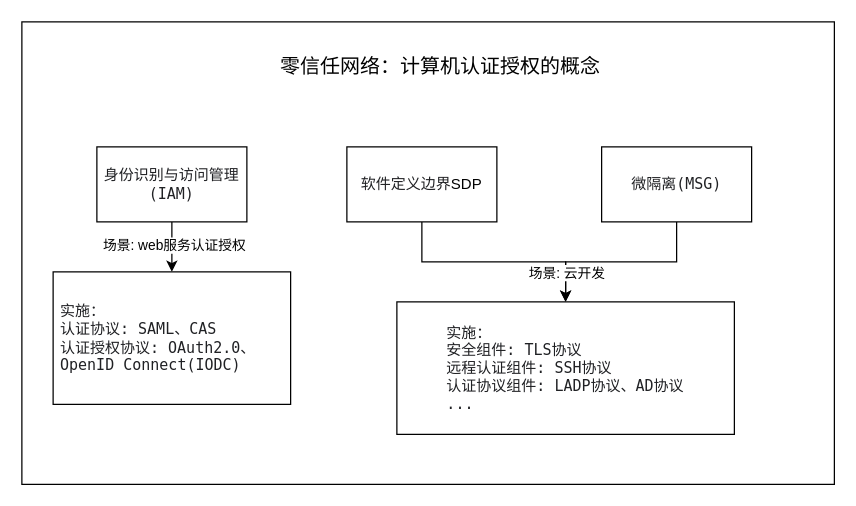
Before: 认证授权.drawio in JYbill/draw, a draw.io diagram. Source tidied: cells renumbered, new cells numbered last; positions are measured from the earlier drawing's top-left corner, leaving out a move shared by most shapes. Both pictures are drawn from the tidied source at 125%, with x=0, y=0 at pixel (21, 21).
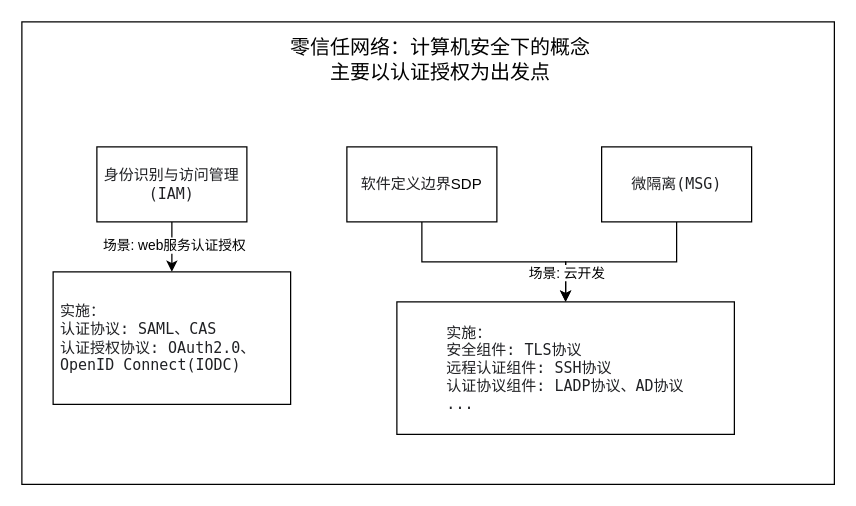
The same page after the edit.

Commit message (it also covers changes not shown here):
更新认证授权.drawio

Diff of the diagram source:
```diff
@@
 <mxGraphModel>
   <root>
     <mxCell id="0" />
     <mxCell id="1" parent="0" />
     <mxCell id="2" style="rounded=0;whiteSpace=wrap;html=1;" parent="1" vertex="1">
       <mxGeometry width="650" height="370" as="geometry" />
     </mxCell>
-    <mxCell id="3" value="&lt;font style=&quot;font-size: 16px;&quot;&gt;零信任网络：计算机认证授权的概念&lt;/font&gt;" style="text;html=1;align=center;verticalAlign=middle;whiteSpace=wrap;rounded=0;" parent="1" vertex="1">
-      <mxGeometry x="206.2" y="20" width="257.5" height="30" as="geometry" />
+    <mxCell id="3" value="&lt;font style=&quot;font-size: 16px;&quot;&gt;零信任网络：计算机安全下的概念&lt;br&gt;主要以认证授权为出发点&lt;/font&gt;" style="text;html=1;align=center;verticalAlign=middle;whiteSpace=wrap;rounded=0;" parent="1" vertex="1">
+      <mxGeometry x="206.2" y="10" width="257.5" height="40" as="geometry" />
     </mxCell>
     <mxCell id="4" style="edgeStyle=orthogonalEdgeStyle;rounded=0;jettySize=auto;html=1;exitX=0.5;exitY=1;exitDx=0;exitDy=0;entryX=0.5;entryY=0;entryDx=0;entryDy=0;" parent="1" edge="1" source="5" target="12">
       <mxGeometry relative="1" as="geometry" />
     </mxCell>
     <mxCell id="5" value="&lt;font style=&quot;font-size: 12px;&quot;&gt;&lt;span style=&quot;caret-color: rgb(32, 33, 36); color: rgb(32, 33, 36); font-family: &amp;quot;JetBrains Mono&amp;quot;, &amp;quot;Fira Code&amp;quot;, &amp;quot;Cascadia Code&amp;quot;, Menlo, &amp;quot;Ubuntu Mono&amp;quot;, Consolas, HYZhengYuan; orphans: 4; text-align: left; white-space-collapse: preserve; background-color: rgb(255, 255, 255);&quot;&gt;软件定义边界&lt;/span&gt;SDP&lt;/font&gt;" style="rounded=0;whiteSpace=wrap;html=1;" parent="1" vertex="1">
       <mxGeometry x="260" y="100" width="120" height="60" as="geometry" />
     </mxCell>
     <mxCell id="6" style="edgeStyle=orthogonalEdgeStyle;rounded=0;jettySize=auto;html=1;exitX=0.5;exitY=1;exitDx=0;exitDy=0;" parent="1" edge="1" source="8" target="13">
       <mxGeometry relative="1" as="geometry" />
     </mxCell>
     <mxCell id="7" value="场景: web服务认证授权" style="edgeLabel;html=1;align=center;verticalAlign=middle;" parent="6" vertex="1">
       <mxGeometry x="-0.1" y="1" relative="1" as="geometry" />
     </mxCell>
     <mxCell id="8" value="&lt;span style=&quot;caret-color: rgb(32, 33, 36); color: rgb(32, 33, 36); font-family: &amp;quot;JetBrains Mono&amp;quot;, &amp;quot;Fira Code&amp;quot;, &amp;quot;Cascadia Code&amp;quot;, Menlo, &amp;quot;Ubuntu Mono&amp;quot;, Consolas, HYZhengYuan; orphans: 4; text-align: left; white-space-collapse: preserve; background-color: rgb(255, 255, 255);&quot;&gt;&lt;font style=&quot;font-size: 12px;&quot;&gt;身份识别与访问管理(IAM)&lt;/font&gt;&lt;/span&gt;" style="rounded=0;whiteSpace=wrap;html=1;" parent="1" vertex="1">
       <mxGeometry x="60" y="100" width="120" height="60" as="geometry" />
     </mxCell>
     <mxCell id="9" style="edgeStyle=orthogonalEdgeStyle;rounded=0;jettySize=auto;html=1;exitX=0.5;exitY=1;exitDx=0;exitDy=0;" parent="1" edge="1" source="11" target="12">
       <mxGeometry relative="1" as="geometry" />
     </mxCell>
     <mxCell id="10" value="场景: 云开发" style="edgeLabel;html=1;align=center;verticalAlign=middle;" parent="9" vertex="1">
       <mxGeometry x="0.8" y="-1" relative="1" as="geometry">
         <mxPoint x="1" y="-9" as="offset" />
       </mxGeometry>
     </mxCell>
     <mxCell id="11" value="&lt;span style=&quot;caret-color: rgb(32, 33, 36); color: rgb(32, 33, 36); font-family: &amp;quot;JetBrains Mono&amp;quot;, &amp;quot;Fira Code&amp;quot;, &amp;quot;Cascadia Code&amp;quot;, Menlo, &amp;quot;Ubuntu Mono&amp;quot;, Consolas, HYZhengYuan; orphans: 4; text-align: left; white-space-collapse: preserve; background-color: rgb(255, 255, 255);&quot;&gt;&lt;font style=&quot;font-size: 12px;&quot;&gt;微隔离(MSG)&lt;/font&gt;&lt;/span&gt;" style="rounded=0;whiteSpace=wrap;html=1;" parent="1" vertex="1">
       <mxGeometry x="463.8" y="100" width="120" height="60" as="geometry" />
     </mxCell>
     <mxCell id="12" value="&lt;div style=&quot;orphans: 4; text-align: left;&quot;&gt;&lt;font face=&quot;JetBrains Mono, Fira Code, Cascadia Code, Menlo, Ubuntu Mono, Consolas, HYZhengYuan&quot; color=&quot;#202124&quot;&gt;&lt;span style=&quot;caret-color: rgb(32, 33, 36); white-space-collapse: preserve; background-color: rgb(255, 255, 255);&quot;&gt;实施：&lt;br/&gt;安全组件: TLS协议&lt;br&gt;远程认证组件: SSH协议&lt;br&gt;认证协议组件: LADP协议、AD协议&lt;br/&gt;...&lt;/span&gt;&lt;/font&gt;&lt;/div&gt;" style="rounded=0;whiteSpace=wrap;html=1;" parent="1" vertex="1">
       <mxGeometry x="300" y="224" width="270" height="106" as="geometry" />
     </mxCell>
     <mxCell id="13" value="&lt;div style=&quot;orphans: 4; text-align: left;&quot;&gt;&lt;font face=&quot;JetBrains Mono, Fira Code, Cascadia Code, Menlo, Ubuntu Mono, Consolas, HYZhengYuan&quot; color=&quot;#202124&quot;&gt;&lt;span style=&quot;caret-color: rgb(32, 33, 36); white-space-collapse: preserve; background-color: rgb(255, 255, 255);&quot;&gt;实施：&lt;br&gt;认证协议: SAML、CAS&lt;br/&gt;认证授权协议: OAuth2.0、OpenID Connect(IODC)&lt;/span&gt;&lt;/font&gt;&lt;/div&gt;" style="rounded=0;whiteSpace=wrap;html=1;spacingLeft=5;" parent="1" vertex="1">
       <mxGeometry x="25" y="200" width="190" height="106" as="geometry" />
     </mxCell>
   </root>
 </mxGraphModel>
```
